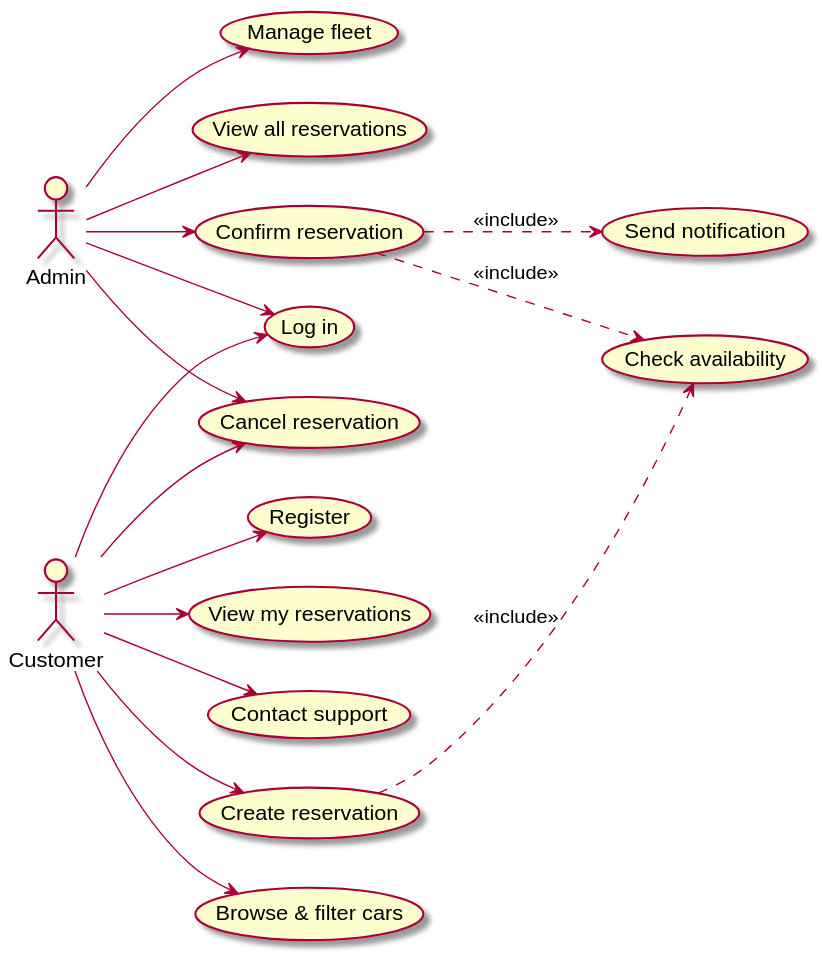
The PlantUML diagram docs/diagrams/use-case.svg in DavidMagyarics/CarRentalVSB, before a commit.
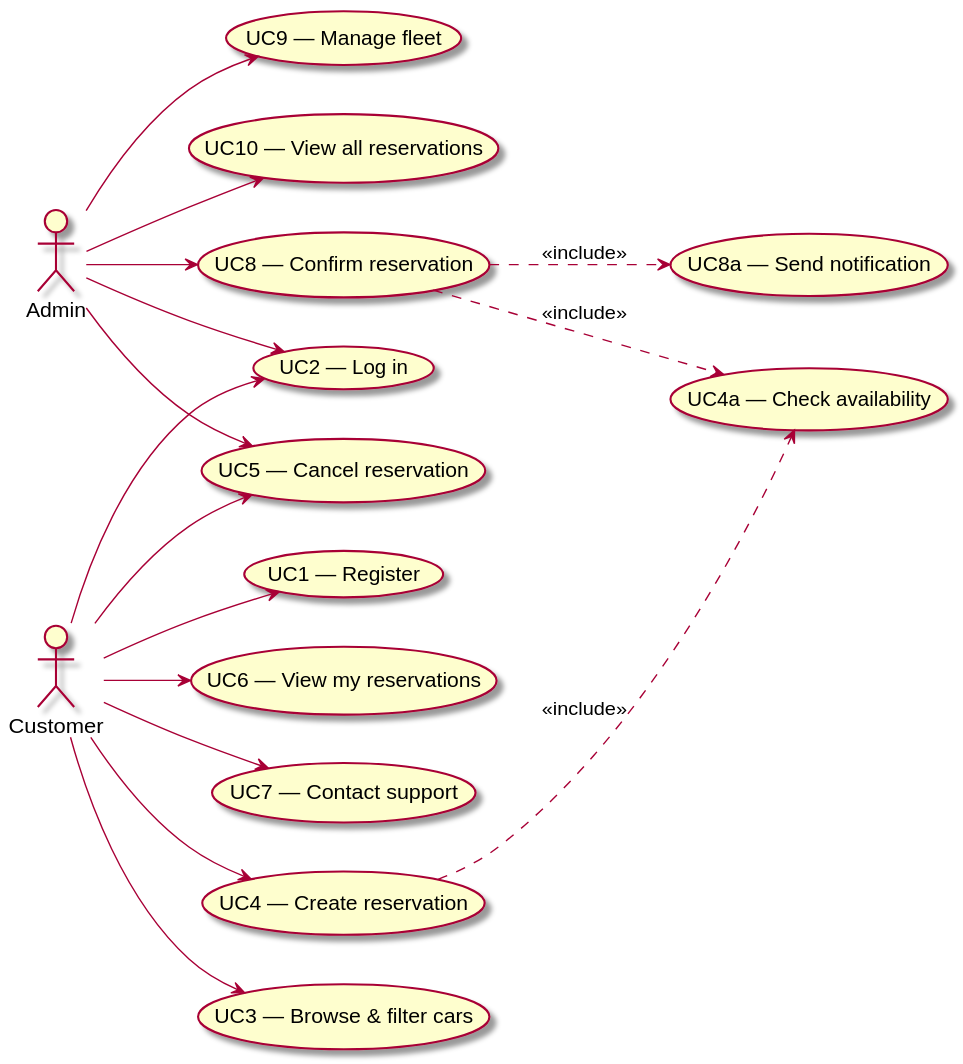
Later version of the same file.

Commit message:
chore: re-render PlantUML diagrams [skip ci]

Diff of the diagram source:
```diff
@@ -5,18 +5,18 @@
 actor "Customer" as Customer
 actor "Admin" as Admin
 
-usecase "Register" as UC1
-usecase "Log in" as UC2
-usecase "Browse & filter cars" as UC3
-usecase "Create reservation" as UC4
-usecase "Check availability" as UC4a
-usecase "Cancel reservation" as UC5
-usecase "View my reservations" as UC6
-usecase "Contact support" as UC7
-usecase "Confirm reservation" as UC8
-usecase "Send notification" as UC8a
-usecase "Manage fleet" as UC9
-usecase "View all reservations" as UC10
+usecase "UC1 — Register" as UC1
+usecase "UC2 — Log in" as UC2
+usecase "UC3 — Browse & filter cars" as UC3
+usecase "UC4 — Create reservation" as UC4
+usecase "UC4a — Check availability" as UC4a
+usecase "UC5 — Cancel reservation" as UC5
+usecase "UC6 — View my reservations" as UC6
+usecase "UC7 — Contact support" as UC7
+usecase "UC8 — Confirm reservation" as UC8
+usecase "UC8a — Send notification" as UC8a
+usecase "UC9 — Manage fleet" as UC9
+usecase "UC10 — View all reservations" as UC10
 
 Customer --> UC1
 Customer --> UC2
```
